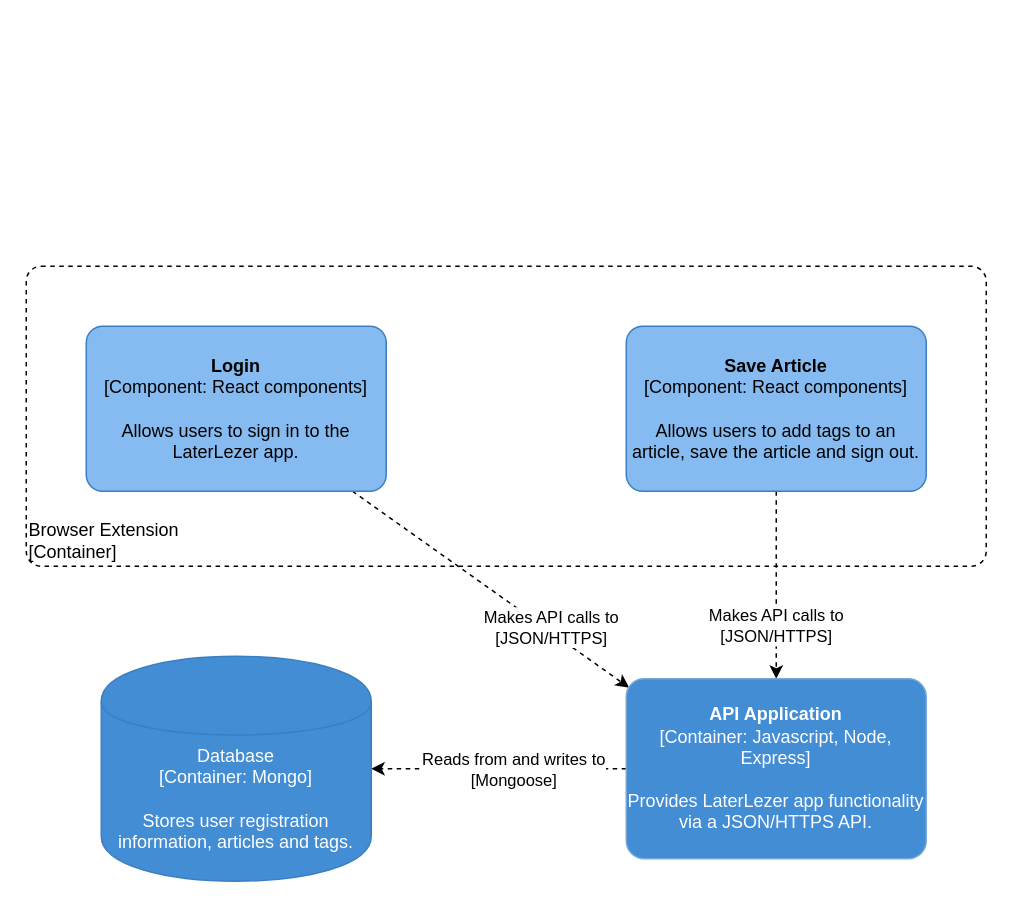
Before: page "component-diagram-extension" (4 of 7) of documents/c4model.drawio in Patrickroelofs/HANICA-DWA-Laterlezer, a draw.io diagram. Source tidied: cells renumbered, new cells numbered last; positions are measured from the earlier drawing's top-left corner, leaving out a move shared by most shapes. Both pictures are drawn from the tidied source at 150%, with x=0, y=0 at pixel (26, 266).
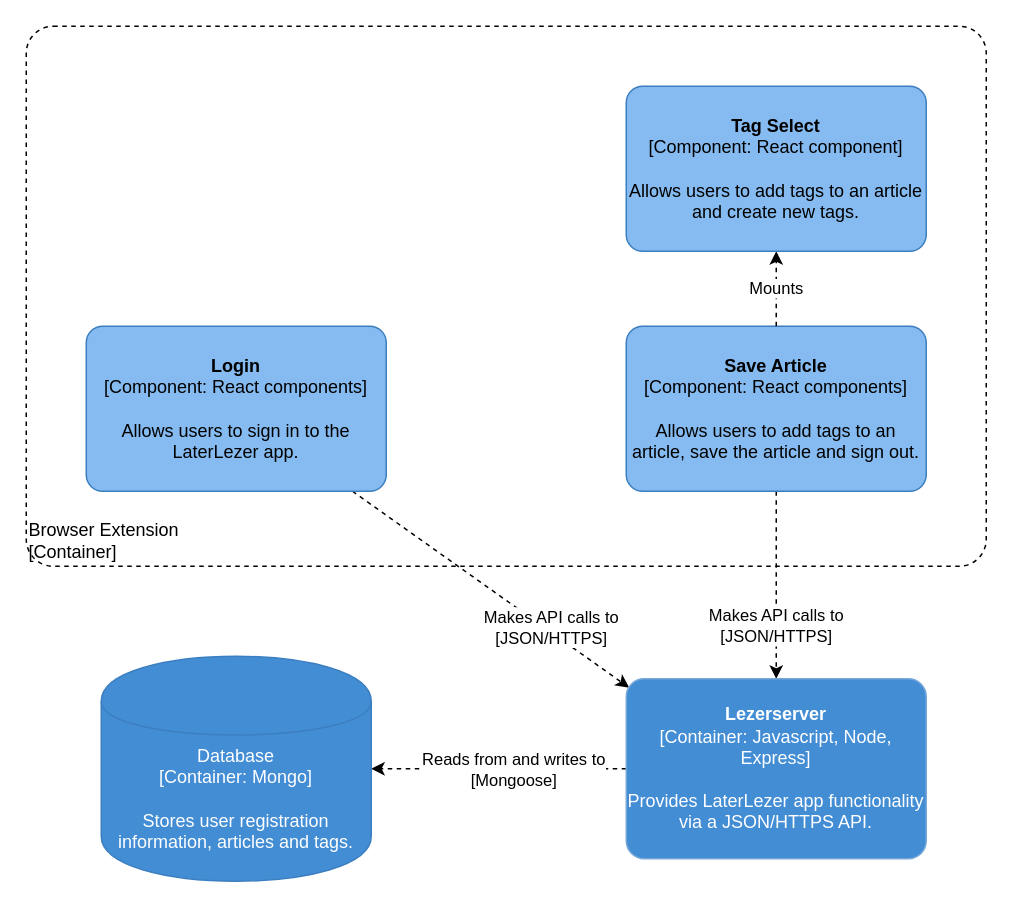
The same page after the edit.

Diff of the diagram source:
```diff
@@
 <mxGraphModel>
   <root>
     <mxCell id="0" />
     <mxCell id="1" parent="0" />
     <object id="2" label="&lt;div style=&quot;text-align: left&quot;&gt;%c4Name%&lt;/div&gt;&lt;div style=&quot;text-align: left&quot;&gt;[%c4Application%]&lt;/div&gt;" c4Application="Container" c4Name="Browser Extension" placeholders="1">
       <mxCell style="rounded=1;whiteSpace=wrap;html=1;labelBackgroundColor=none;fontColor=#000000;align=left;arcSize=5;strokeColor=#000000;verticalAlign=bottom;metaData={&quot;c4Type&quot;:{&quot;editable&quot;:false}};dashed=1;fillColor=none;" parent="1" vertex="1">
-        <mxGeometry width="640" height="200" as="geometry" />
+        <mxGeometry y="-160" width="640" height="360" as="geometry" />
       </mxCell>
     </object>
     <mxCell id="3" style="edgeStyle=none;rounded=0;jettySize=auto;html=1;dashed=1;strokeColor=#000000;exitX=0;exitY=0.5;exitDx=0;exitDy=0;exitPerimeter=0;" parent="1" edge="1" source="10" target="7">
       <mxGeometry relative="1" as="geometry" />
     </mxCell>
     <mxCell id="4" value="Reads from and writes to&lt;br&gt;[Mongoose]" style="edgeLabel;html=1;align=center;verticalAlign=middle;" parent="3" vertex="1">
       <mxGeometry x="-0.17" y="1" relative="1" as="geometry">
         <mxPoint x="-5" y="-1" as="offset" />
       </mxGeometry>
     </mxCell>
     <mxCell id="5" value="&lt;span style=&quot;color: rgb(0 , 0 , 0) ; font-size: 11px ; font-style: normal ; font-weight: 400 ; letter-spacing: normal ; text-align: center ; text-indent: 0px ; text-transform: none ; word-spacing: 0px ; background-color: rgb(255 , 255 , 255) ; font-family: &amp;#34;helvetica&amp;#34; ; display: inline ; float: none&quot;&gt;Makes API calls to&lt;/span&gt;&lt;br style=&quot;color: rgb(0 , 0 , 0) ; font-size: 11px ; font-style: normal ; font-weight: 400 ; letter-spacing: normal ; text-align: center ; text-indent: 0px ; text-transform: none ; word-spacing: 0px ; font-family: &amp;#34;helvetica&amp;#34;&quot;&gt;&lt;span style=&quot;color: rgb(0 , 0 , 0) ; font-size: 11px ; font-style: normal ; font-weight: 400 ; letter-spacing: normal ; text-align: center ; text-indent: 0px ; text-transform: none ; word-spacing: 0px ; background-color: rgb(255 , 255 , 255) ; font-family: &amp;#34;helvetica&amp;#34; ; display: inline ; float: none&quot;&gt;[JSON/HTTPS]&lt;/span&gt;&lt;br&gt;" style="jettySize=auto;html=1;entryX=0.01;entryY=0.05;entryDx=0;entryDy=0;entryPerimeter=0;rounded=0;dashed=1;" parent="1" edge="1" source="6" target="10">
       <mxGeometry x="0.42" y="3" relative="1" as="geometry" />
     </mxCell>
     <object id="6" label="&lt;b&gt;%c4Name%&lt;/b&gt;&lt;div&gt;[%c4Type%: %c4Technology%]&lt;/div&gt;&lt;br&gt;&lt;div&gt;%c4Description%&lt;/div&gt;" c4Description="Allows users to sign in to the LaterLezer app." c4Name="Login" c4Technology="React components" c4Type="Component" placeholders="1">
       <mxCell style="rounded=1;whiteSpace=wrap;html=1;labelBackgroundColor=none;align=center;arcSize=10;strokeColor=#3C7FC0;metaData={&quot;c4Type&quot;:{&quot;editable&quot;:false}};points=[[0.25,0,0],[0.5,0,0],[0.75,0,0],[1,0.25,0],[1,0.5,0],[1,0.75,0],[0.75,1,0],[0.5,1,0],[0.25,1,0],[0,0.75,0],[0,0.5,0],[0,0.25,0]];fillColor=#85BBF0;" parent="1" vertex="1">
         <mxGeometry x="40" y="40" width="200" height="110" as="geometry" />
       </mxCell>
     </object>
     <object id="7" label="%c4Type%&lt;div&gt;[Container:&amp;nbsp;%c4Technology%]&lt;/div&gt;&lt;br&gt;&lt;div&gt;%c4Description%&lt;/div&gt;" c4Description="Stores user registration information, articles and tags." c4Technology="Mongo" c4Type="Database" placeholders="1">
       <mxCell style="shape=cylinder;whiteSpace=wrap;html=1;boundedLbl=1;rounded=0;labelBackgroundColor=none;fillColor=#438DD5;fontSize=12;fontColor=#ffffff;align=center;strokeColor=#3C7FC0;points=[[0.5,0,0],[1,0.25,0],[1,0.5,0],[1,0.75,0],[0.5,1,0],[0,0.75,0],[0,0.5,0],[0,0.25,0]];metaData={&quot;c4Type&quot;:{&quot;editable&quot;:false}};" parent="1" vertex="1">
         <mxGeometry x="50" y="260" width="180" height="150" as="geometry" />
       </mxCell>
     </object>
     <mxCell id="8" value="&lt;span style=&quot;color: rgb(0 , 0 , 0) ; font-size: 11px ; font-style: normal ; font-weight: 400 ; letter-spacing: normal ; text-align: center ; text-indent: 0px ; text-transform: none ; word-spacing: 0px ; background-color: rgb(255 , 255 , 255) ; font-family: &amp;#34;helvetica&amp;#34; ; display: inline ; float: none&quot;&gt;Makes API calls to&lt;/span&gt;&lt;br style=&quot;color: rgb(0 , 0 , 0) ; font-size: 11px ; font-style: normal ; font-weight: 400 ; letter-spacing: normal ; text-align: center ; text-indent: 0px ; text-transform: none ; word-spacing: 0px ; font-family: &amp;#34;helvetica&amp;#34;&quot;&gt;&lt;span style=&quot;color: rgb(0 , 0 , 0) ; font-size: 11px ; font-style: normal ; font-weight: 400 ; letter-spacing: normal ; text-align: center ; text-indent: 0px ; text-transform: none ; word-spacing: 0px ; background-color: rgb(255 , 255 , 255) ; font-family: &amp;#34;helvetica&amp;#34; ; display: inline ; float: none&quot;&gt;[JSON/HTTPS]&lt;/span&gt;" style="edgeStyle=orthogonalEdgeStyle;rounded=0;jettySize=auto;html=1;dashed=1;" parent="1" edge="1" source="9" target="10">
       <mxGeometry x="0.44" relative="1" as="geometry" />
     </mxCell>
     <object id="9" label="&lt;b&gt;%c4Name%&lt;/b&gt;&lt;div&gt;[%c4Type%: %c4Technology%]&lt;/div&gt;&lt;br&gt;&lt;div&gt;%c4Description%&lt;/div&gt;" c4Description="Allows users to add tags to an article, save the article and sign out." c4Name="Save Article" c4Technology="React components" c4Type="Component" placeholders="1">
       <mxCell style="rounded=1;whiteSpace=wrap;html=1;labelBackgroundColor=none;align=center;arcSize=10;strokeColor=#3C7FC0;metaData={&quot;c4Type&quot;:{&quot;editable&quot;:false}};points=[[0.25,0,0],[0.5,0,0],[0.75,0,0],[1,0.25,0],[1,0.5,0],[1,0.75,0],[0.75,1,0],[0.5,1,0],[0.25,1,0],[0,0.75,0],[0,0.5,0],[0,0.25,0]];fillColor=#85BBF0;" parent="1" vertex="1">
         <mxGeometry x="400" y="40" width="200" height="110" as="geometry" />
       </mxCell>
     </object>
-    <object id="10" label="&lt;b&gt;%c4Name%&lt;/b&gt;&lt;div&gt;[%c4Type%: %c4Technology%]&lt;/div&gt;&lt;br&gt;&lt;div&gt;%c4Description%&lt;/div&gt;" c4Description="Provides LaterLezer app functionality via a JSON/HTTPS API." c4Name="API Application" c4Technology="Javascript, Node, Express" c4Type="Container" placeholders="1">
+    <object id="10" label="&lt;b&gt;%c4Name%&lt;/b&gt;&lt;div&gt;[%c4Type%: %c4Technology%]&lt;/div&gt;&lt;br&gt;&lt;div&gt;%c4Description%&lt;/div&gt;" c4Description="Provides LaterLezer app functionality via a JSON/HTTPS API." c4Name="Lezerserver" c4Technology="Javascript, Node, Express" c4Type="Container" placeholders="1">
       <mxCell style="rounded=1;whiteSpace=wrap;html=1;labelBackgroundColor=none;fontColor=#ffffff;align=center;arcSize=10;strokeColor=#78A8D8;metaData={&quot;c4Type&quot;:{&quot;editable&quot;:false}};points=[[0.25,0,0],[0.5,0,0],[0.75,0,0],[1,0.25,0],[1,0.5,0],[1,0.75,0],[0.75,1,0],[0.5,1,0],[0.25,1,0],[0,0.75,0],[0,0.5,0],[0,0.25,0]];fillColor=#438DD5;" parent="1" vertex="1">
         <mxGeometry x="400" y="275" width="200" height="120" as="geometry" />
       </mxCell>
     </object>
+    <mxCell id="11" value="Mounts" style="edgeStyle=none;rounded=0;jettySize=auto;html=1;dashed=1;exitX=0.5;exitY=0;exitDx=0;exitDy=0;exitPerimeter=0;" parent="1" edge="1" source="9" target="12">
+      <mxGeometry relative="1" as="geometry" />
+    </mxCell>
+    <object id="12" label="&lt;b&gt;%c4Name%&lt;/b&gt;&lt;div&gt;[%c4Type%: %c4Technology%]&lt;/div&gt;&lt;br&gt;&lt;div&gt;%c4Description%&lt;/div&gt;" c4Description="Allows users to add tags to an article and create new tags." c4Name="Tag Select" c4Technology="React component" c4Type="Component" placeholders="1">
+      <mxCell style="rounded=1;whiteSpace=wrap;html=1;labelBackgroundColor=none;align=center;arcSize=10;strokeColor=#3C7FC0;metaData={&quot;c4Type&quot;:{&quot;editable&quot;:false}};points=[[0.25,0,0],[0.5,0,0],[0.75,0,0],[1,0.25,0],[1,0.5,0],[1,0.75,0],[0.75,1,0],[0.5,1,0],[0.25,1,0],[0,0.75,0],[0,0.5,0],[0,0.25,0]];fillColor=#85BBF0;" parent="1" vertex="1">
+        <mxGeometry x="400" y="-120" width="200" height="110" as="geometry" />
+      </mxCell>
+    </object>
   </root>
 </mxGraphModel>
```
